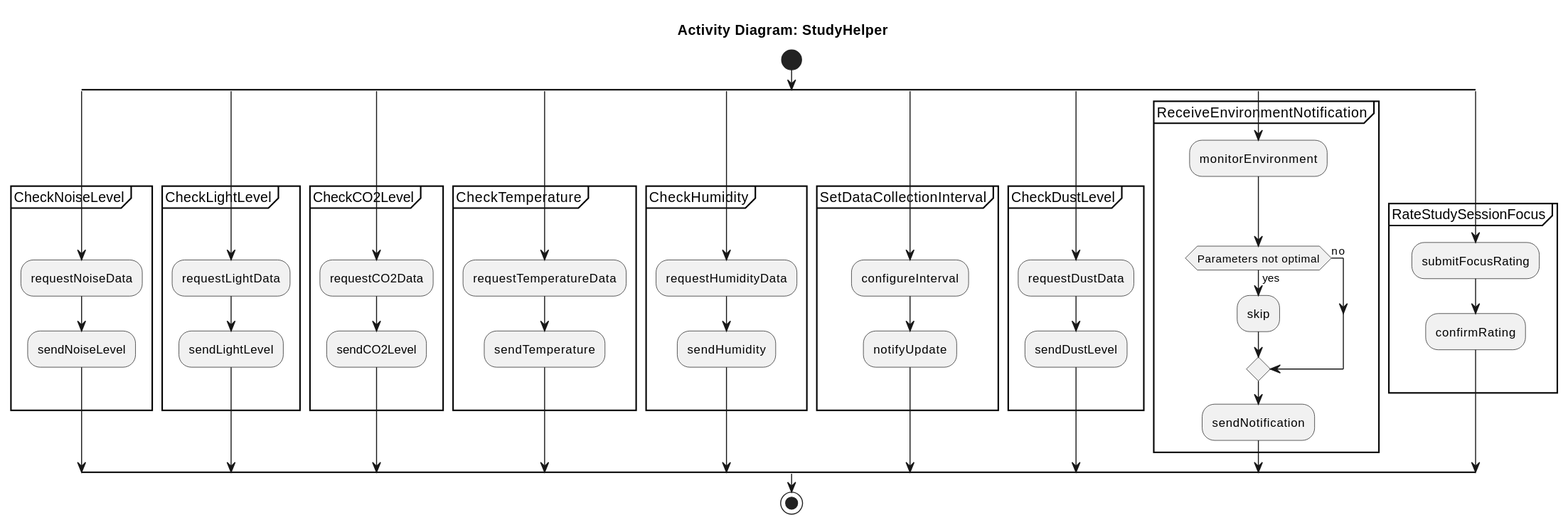
SEP4Real/SEP4 keeps this PlantUML diagram as Documentation/Analysis/StudyHelper.activity.svg. Above is the earlier version.
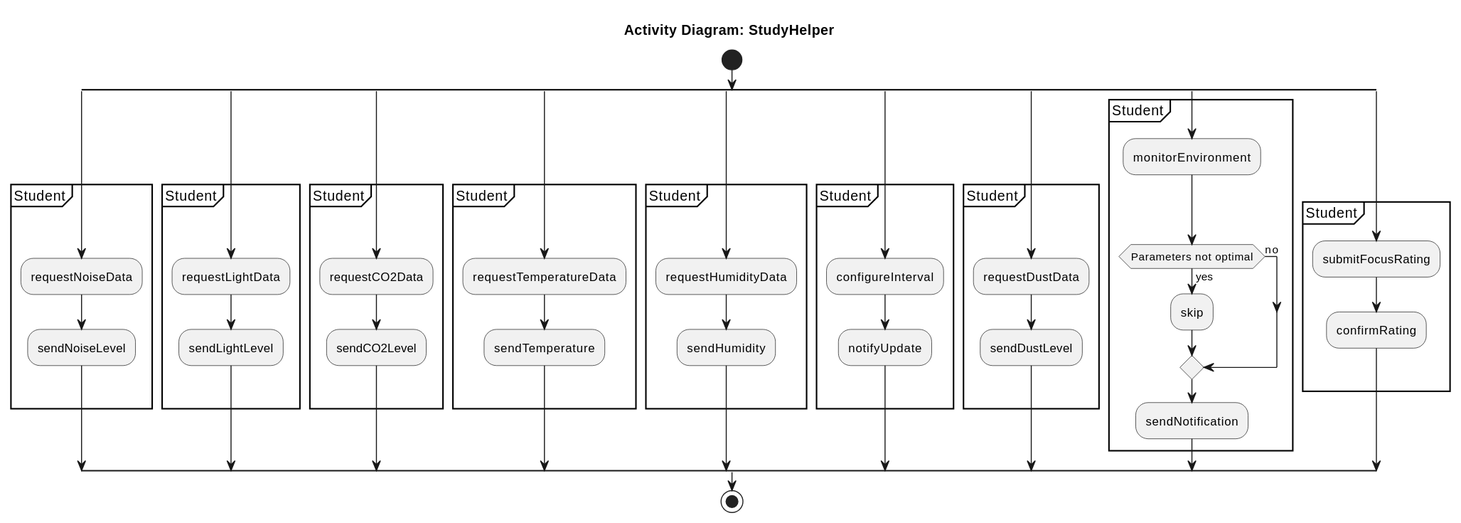
Above is the later version.

What changed in the source:
```diff
@@ -3,56 +3,56 @@
 title Activity Diagram: StudyHelper
 start
 split
-partition "CheckNoiseLevel" {
+partition "Student" {
     label CheckNoiseLevel_start
     :requestNoiseData;
     :sendNoiseLevel;
     label CheckNoiseLevel_end
 }
 split again
-partition "CheckLightLevel" {
+partition "Student" {
     label CheckLightLevel_start
     :requestLightData;
     :sendLightLevel;
     label CheckLightLevel_end
 }
 split again
-partition "CheckCO2Level" {
+partition "Student" {
     label CheckCO2Level_start
     :requestCO2Data;
     :sendCO2Level;
     label CheckCO2Level_end
 }
 split again
-partition "CheckTemperature" {
+partition "Student" {
     label CheckTemperature_start
     :requestTemperatureData;
     :sendTemperature;
     label CheckTemperature_end
 }
 split again
-partition "CheckHumidity" {
+partition "Student" {
     label CheckHumidity_start
     :requestHumidityData;
     :sendHumidity;
     label CheckHumidity_end
 }
 split again
-partition "SetDataCollectionInterval" {
+partition "Student" {
     label SetDataCollectionInterval_start
     :configureInterval;
     :notifyUpdate;
     label SetDataCollectionInterval_end
 }
 split again
-partition "CheckDustLevel" {
+partition "Student" {
     label CheckDustLevel_start
     :requestDustData;
     :sendDustLevel;
     label CheckDustLevel_end
 }
 split again
-partition "ReceiveEnvironmentNotification" {
+partition "Student" {
     :monitorEnvironment;
     label ReceiveEnvironmentNotification_
     if (Parameters not optimal) then (yes)
@@ -63,7 +63,7 @@
     label ReceiveEnvironmentNotification_end
 }
 split again
-partition "RateStudySessionFocus" {
+partition "Student" {
     :submitFocusRating;
     :confirmRating;
     label RateStudySessionFocus_end
```
